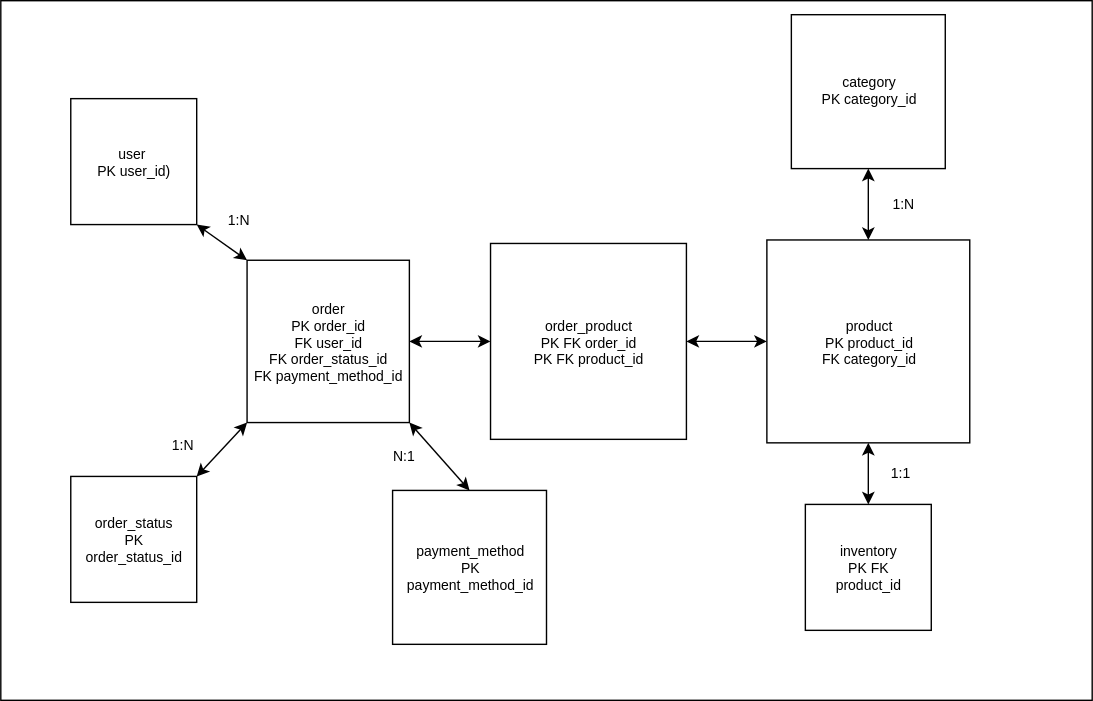
This is diagrams/database_diagram.svg from Hiamcode/store_crud, a draw.io export, as it was before one commit. Source tidied: cells renumbered, new cells last; positions are measured from the earlier drawing's top-left corner, leaving out a move shared by most shapes. Source of this version:
```xml
<mxGraphModel>
  <root>
    <mxCell id="0" />
    <mxCell id="1" parent="0" />
    <mxCell id="2" style="rounded=0;whiteSpace=wrap;html=1;" parent="1" vertex="1">
      <mxGeometry width="780" height="500" as="geometry" />
    </mxCell>
    <mxCell id="3" value="order&lt;div&gt;PK order_id&lt;/div&gt;&lt;div&gt;FK user_id&lt;/div&gt;&lt;div&gt;FK order_status_id&lt;/div&gt;&lt;div&gt;FK payment_method_id&lt;/div&gt;" style="whiteSpace=wrap;html=1;fontSize=10;strokeWidth=1;arcSize=12;" parent="1" vertex="1">
      <mxGeometry x="176" y="185.5" width="116" height="116" as="geometry" />
    </mxCell>
    <mxCell id="4" value="user&amp;nbsp;&lt;div&gt;PK user_id)&lt;/div&gt;" style="whiteSpace=wrap;html=1;fontSize=10;strokeWidth=1;arcSize=12;" parent="1" vertex="1">
      <mxGeometry x="50" y="70" width="90" height="90" as="geometry" />
    </mxCell>
    <mxCell id="5" value="&lt;div&gt;product&lt;/div&gt;PK product_id&lt;div&gt;FK category_id&lt;/div&gt;" style="whiteSpace=wrap;html=1;fontSize=10;strokeWidth=1;arcSize=12;" parent="1" vertex="1">
      <mxGeometry x="547.5" y="171" width="145" height="145" as="geometry" />
    </mxCell>
    <mxCell id="6" value="order_product&lt;br&gt;PK FK order_id&lt;div&gt;PK FK product_id&lt;/div&gt;" style="whiteSpace=wrap;html=1;fontSize=10;strokeWidth=1;arcSize=12;" parent="1" vertex="1">
      <mxGeometry x="350" y="173.5" width="140" height="140" as="geometry" />
    </mxCell>
    <mxCell id="7" style="endArrow=classic;startArrow=classic;html=1;rounded=0;exitX=0;exitY=0.5;exitDx=0;exitDy=0;entryX=1;entryY=0.5;entryDx=0;entryDy=0;fontSize=10;strokeWidth=1;arcSize=12;" parent="1" edge="1" source="6" target="3">
      <mxGeometry relative="1" as="geometry" />
    </mxCell>
    <mxCell id="8" style="endArrow=classic;startArrow=classic;html=1;rounded=0;entryX=0;entryY=0.5;entryDx=0;entryDy=0;exitX=1;exitY=0.5;exitDx=0;exitDy=0;fontSize=10;strokeWidth=1;arcSize=12;" parent="1" edge="1" source="6" target="5">
      <mxGeometry relative="1" as="geometry" />
    </mxCell>
    <mxCell id="9" style="endArrow=classic;startArrow=classic;html=1;rounded=0;exitX=0;exitY=0;exitDx=0;exitDy=0;entryX=1;entryY=1;entryDx=0;entryDy=0;fontSize=10;strokeWidth=1;arcSize=12;" parent="1" edge="1" source="3" target="4">
      <mxGeometry relative="1" as="geometry" />
    </mxCell>
    <mxCell id="10" value="1:N" style="text;strokeColor=none;align=center;fillColor=none;html=1;verticalAlign=middle;whiteSpace=wrap;rounded=0;rotation=0;fontSize=10;strokeWidth=1;arcSize=12;" parent="1" vertex="1">
      <mxGeometry x="140" y="141" width="60" height="30" as="geometry" />
    </mxCell>
    <mxCell id="11" style="group;fontSize=10;strokeWidth=1;arcSize=12;" parent="1" vertex="1">
      <mxGeometry x="575" y="360" width="90" height="90" as="geometry" />
    </mxCell>
    <mxCell id="12" style="whiteSpace=wrap;html=1;fontSize=10;strokeWidth=1;arcSize=12;" parent="11" vertex="1">
      <mxGeometry width="90" height="90" as="geometry" />
    </mxCell>
    <mxCell id="13" value="inventory&lt;div&gt;PK FK product_id&lt;/div&gt;" style="text;strokeColor=none;align=center;fillColor=none;html=1;verticalAlign=middle;whiteSpace=wrap;rounded=0;fontSize=10;strokeWidth=1;arcSize=12;" parent="11" vertex="1">
      <mxGeometry x="11.2" y="28.1" width="67.5" height="33.8" as="geometry" />
    </mxCell>
    <mxCell id="14" style="group;fontSize=10;strokeWidth=1;arcSize=12;" parent="1" vertex="1">
      <mxGeometry x="50" y="340" width="90" height="90" as="geometry" />
    </mxCell>
    <mxCell id="15" style="whiteSpace=wrap;html=1;fontSize=10;strokeWidth=1;arcSize=12;" parent="14" vertex="1">
      <mxGeometry width="90" height="90" as="geometry" />
    </mxCell>
    <mxCell id="16" value="order_status&lt;div&gt;&lt;span style=&quot;background-color: transparent; color: light-dark(rgb(0, 0, 0), rgb(255, 255, 255));&quot;&gt;PK order_status_id&lt;/span&gt;&lt;/div&gt;" style="text;strokeColor=none;align=center;fillColor=none;html=1;verticalAlign=middle;whiteSpace=wrap;rounded=0;fontSize=10;strokeWidth=1;arcSize=12;" parent="14" vertex="1">
      <mxGeometry x="11.2" y="28.1" width="67.5" height="33.8" as="geometry" />
    </mxCell>
    <mxCell id="17" style="endArrow=classic;startArrow=classic;html=1;rounded=0;exitX=0.5;exitY=0;exitDx=0;exitDy=0;entryX=0.5;entryY=1;entryDx=0;entryDy=0;fontSize=10;strokeWidth=1;arcSize=12;" parent="1" edge="1" source="12" target="5">
      <mxGeometry relative="1" as="geometry" />
    </mxCell>
    <mxCell id="18" value="1:1" style="text;strokeColor=none;align=center;fillColor=none;html=1;verticalAlign=middle;whiteSpace=wrap;rounded=0;fontSize=10;strokeWidth=1;arcSize=12;" parent="1" vertex="1">
      <mxGeometry x="613" y="322" width="60" height="30" as="geometry" />
    </mxCell>
    <mxCell id="19" value="N:1" style="text;strokeColor=none;align=center;fillColor=none;html=1;verticalAlign=middle;whiteSpace=wrap;rounded=0;rotation=0;fontSize=10;strokeWidth=1;arcSize=12;" parent="1" vertex="1">
      <mxGeometry x="257.5" y="310" width="60" height="30" as="geometry" />
    </mxCell>
    <mxCell id="20" style="endArrow=classic;startArrow=classic;html=1;rounded=0;exitX=0.5;exitY=0;exitDx=0;exitDy=0;entryX=1;entryY=1;entryDx=0;entryDy=0;fontSize=10;strokeWidth=1;arcSize=12;" parent="1" edge="1" source="30" target="3">
      <mxGeometry relative="1" as="geometry" />
    </mxCell>
    <mxCell id="21" style="endArrow=classic;startArrow=classic;html=1;rounded=0;entryX=0.5;entryY=1;entryDx=0;entryDy=0;fontSize=10;strokeWidth=1;arcSize=12;" parent="1" edge="1" source="5" target="26">
      <mxGeometry relative="1" as="geometry" />
    </mxCell>
    <mxCell id="22" style="endArrow=classic;startArrow=classic;html=1;rounded=0;exitX=1;exitY=0;exitDx=0;exitDy=0;entryX=0;entryY=1;entryDx=0;entryDy=0;fontSize=10;strokeWidth=1;arcSize=12;" parent="1" edge="1" source="15" target="3">
      <mxGeometry relative="1" as="geometry" />
    </mxCell>
    <mxCell id="23" value="1:N" style="text;strokeColor=none;align=center;fillColor=none;html=1;verticalAlign=middle;whiteSpace=wrap;rounded=0;rotation=0;fontSize=10;strokeWidth=1;arcSize=12;" parent="1" vertex="1">
      <mxGeometry x="615" y="130" width="60" height="30" as="geometry" />
    </mxCell>
    <mxCell id="24" value="1:N" style="text;strokeColor=none;align=center;fillColor=none;html=1;verticalAlign=middle;whiteSpace=wrap;rounded=0;rotation=0;fontSize=10;strokeWidth=1;arcSize=12;" parent="1" vertex="1">
      <mxGeometry x="100" y="301.5" width="60" height="30" as="geometry" />
    </mxCell>
    <mxCell id="25" style="group;" parent="1" vertex="1">
      <mxGeometry x="565" y="10" width="110" height="110" as="geometry" />
    </mxCell>
    <mxCell id="26" style="whiteSpace=wrap;html=1;fontSize=10;strokeWidth=1;arcSize=12;" parent="25" vertex="1">
      <mxGeometry width="110" height="110" as="geometry" />
    </mxCell>
    <mxCell id="27" style="group;fontSize=10;strokeWidth=1;arcSize=12;" parent="25" vertex="1">
      <mxGeometry width="110" height="110" as="geometry" />
    </mxCell>
    <mxCell id="28" value="&lt;font&gt;category&lt;/font&gt;&lt;div&gt;&lt;font&gt;PK category_id&lt;/font&gt;&lt;/div&gt;" style="text;strokeColor=none;align=center;fillColor=none;html=1;verticalAlign=middle;whiteSpace=wrap;rounded=0;fontSize=10;strokeWidth=1;arcSize=12;" parent="27" vertex="1">
      <mxGeometry x="11.2" y="28.1" width="88.8" height="51.9" as="geometry" />
    </mxCell>
    <mxCell id="29" style="group;" parent="1" vertex="1">
      <mxGeometry x="280" y="350" width="110" height="110" as="geometry" />
    </mxCell>
    <mxCell id="30" style="whiteSpace=wrap;html=1;" parent="29" vertex="1">
      <mxGeometry width="110" height="110" as="geometry" />
    </mxCell>
    <mxCell id="31" value="payment_method&lt;div&gt;PK payment_method_id&lt;/div&gt;" style="text;strokeColor=none;align=center;fillColor=none;html=1;verticalAlign=middle;whiteSpace=wrap;rounded=0;fontSize=10;" parent="29" vertex="1">
      <mxGeometry x="7.5" y="25" width="95" height="60" as="geometry" />
    </mxCell>
  </root>
</mxGraphModel>
```
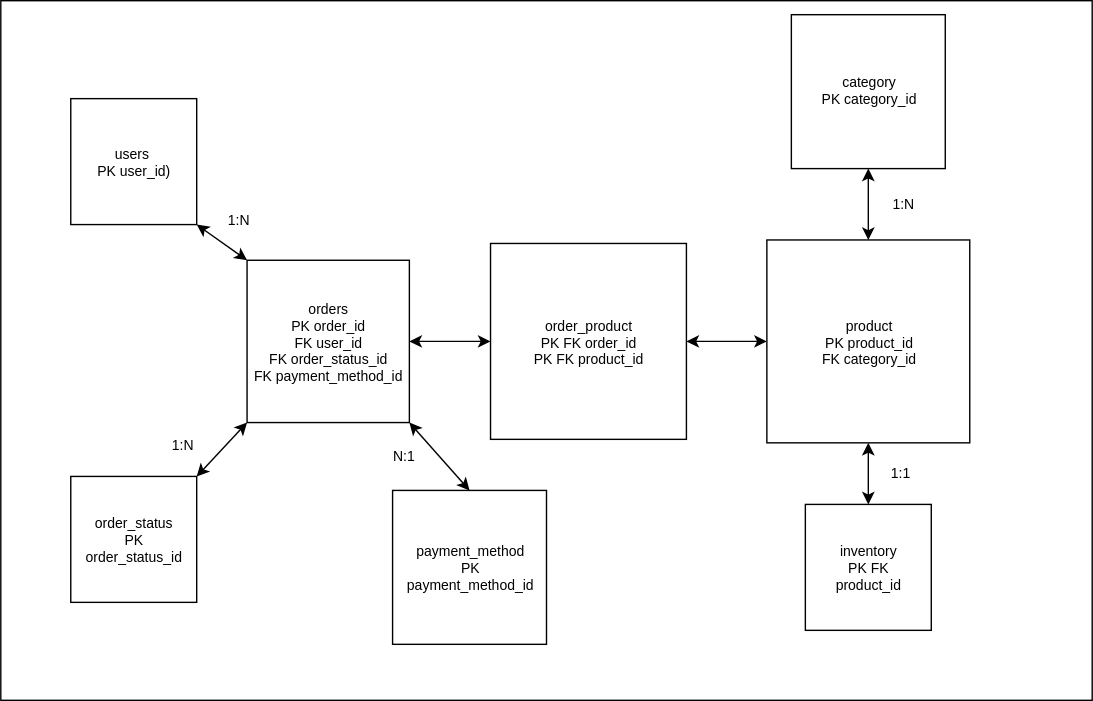
Later version of the same file.

Diff of the diagram source:
```diff
@@ -5,10 +5,10 @@
     <mxCell id="2" style="rounded=0;whiteSpace=wrap;html=1;" parent="1" vertex="1">
       <mxGeometry width="780" height="500" as="geometry" />
     </mxCell>
-    <mxCell id="3" value="order&lt;div&gt;PK order_id&lt;/div&gt;&lt;div&gt;FK user_id&lt;/div&gt;&lt;div&gt;FK order_status_id&lt;/div&gt;&lt;div&gt;FK payment_method_id&lt;/div&gt;" style="whiteSpace=wrap;html=1;fontSize=10;strokeWidth=1;arcSize=12;" parent="1" vertex="1">
+    <mxCell id="3" value="orders&lt;div&gt;PK order_id&lt;/div&gt;&lt;div&gt;FK user_id&lt;/div&gt;&lt;div&gt;FK order_status_id&lt;/div&gt;&lt;div&gt;FK payment_method_id&lt;/div&gt;" style="whiteSpace=wrap;html=1;fontSize=10;strokeWidth=1;arcSize=12;" parent="1" vertex="1">
       <mxGeometry x="176" y="185.5" width="116" height="116" as="geometry" />
     </mxCell>
-    <mxCell id="4" value="user&amp;nbsp;&lt;div&gt;PK user_id)&lt;/div&gt;" style="whiteSpace=wrap;html=1;fontSize=10;strokeWidth=1;arcSize=12;" parent="1" vertex="1">
+    <mxCell id="4" value="users&amp;nbsp;&lt;div&gt;PK user_id)&lt;/div&gt;" style="whiteSpace=wrap;html=1;fontSize=10;strokeWidth=1;arcSize=12;" parent="1" vertex="1">
       <mxGeometry x="50" y="70" width="90" height="90" as="geometry" />
     </mxCell>
     <mxCell id="5" value="&lt;div&gt;product&lt;/div&gt;PK product_id&lt;div&gt;FK category_id&lt;/div&gt;" style="whiteSpace=wrap;html=1;fontSize=10;strokeWidth=1;arcSize=12;" parent="1" vertex="1">
```
